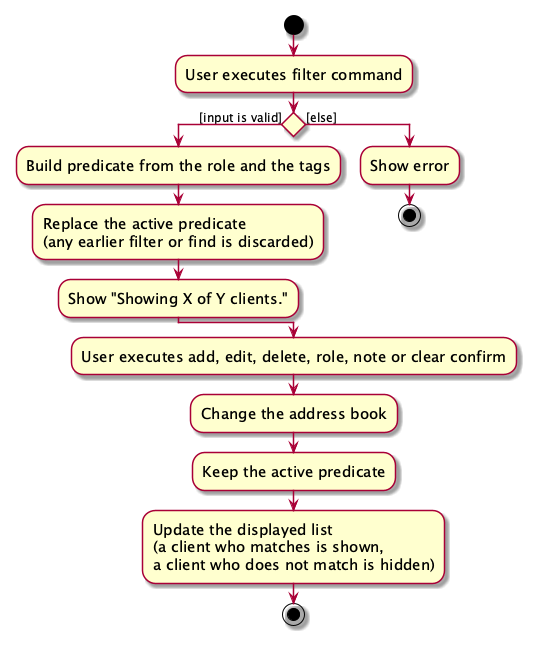
Above: docs/images/FilterActivityDiagram.png in AY2627S1-CS2103T-W09-3/tp (PlantUML), before the change.
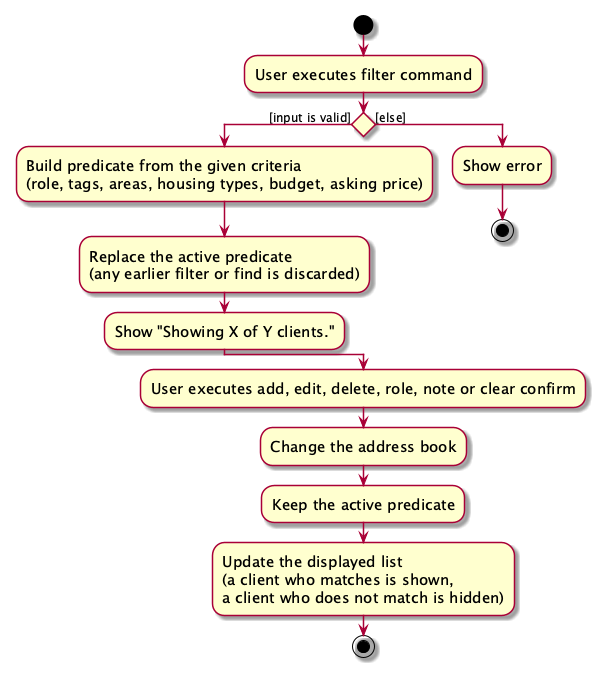
After the commit.

Commit message:
Document the filter requirements in the Developer Guide

The edit, as a diff of the source:
```diff
@@ -7,7 +7,8 @@
 
 
 if () then ([input is valid])
-    :Build predicate from the role and the tags;
+    :Build predicate from the given criteria
+    (role, tags, areas, housing types, budget, asking price);
     :Replace the active predicate
     (any earlier filter or find is discarded);
     :Show "Showing X of Y clients.";
```
